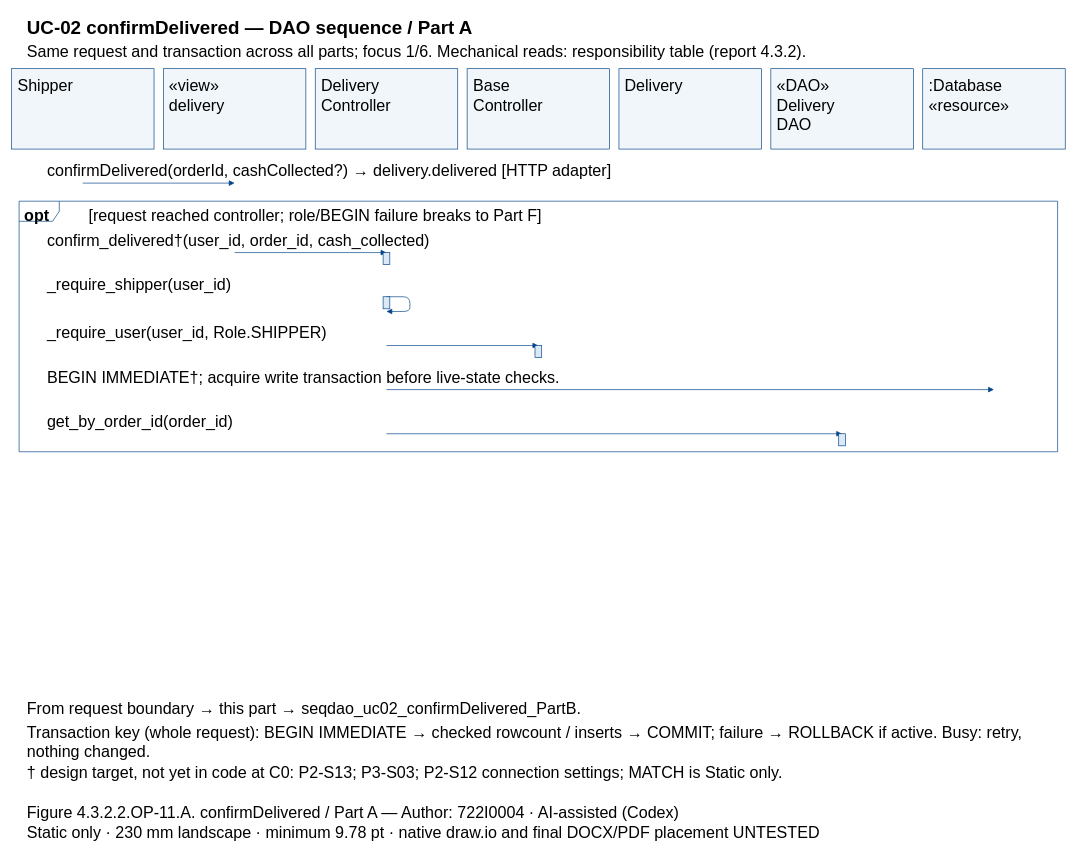
The draw.io diagram models/UC-02/seqdao_uc02_confirmDelivered_PartA.drawio in Dat071104/SaigonBite, before the edit. Source tidied: cells renumbered, new cells numbered last; positions are measured from the earlier drawing's top-left corner, leaving out a move shared by most shapes. Both pictures are drawn from the tidied source at 67%, with x=0, y=0 at pixel (11, 11).
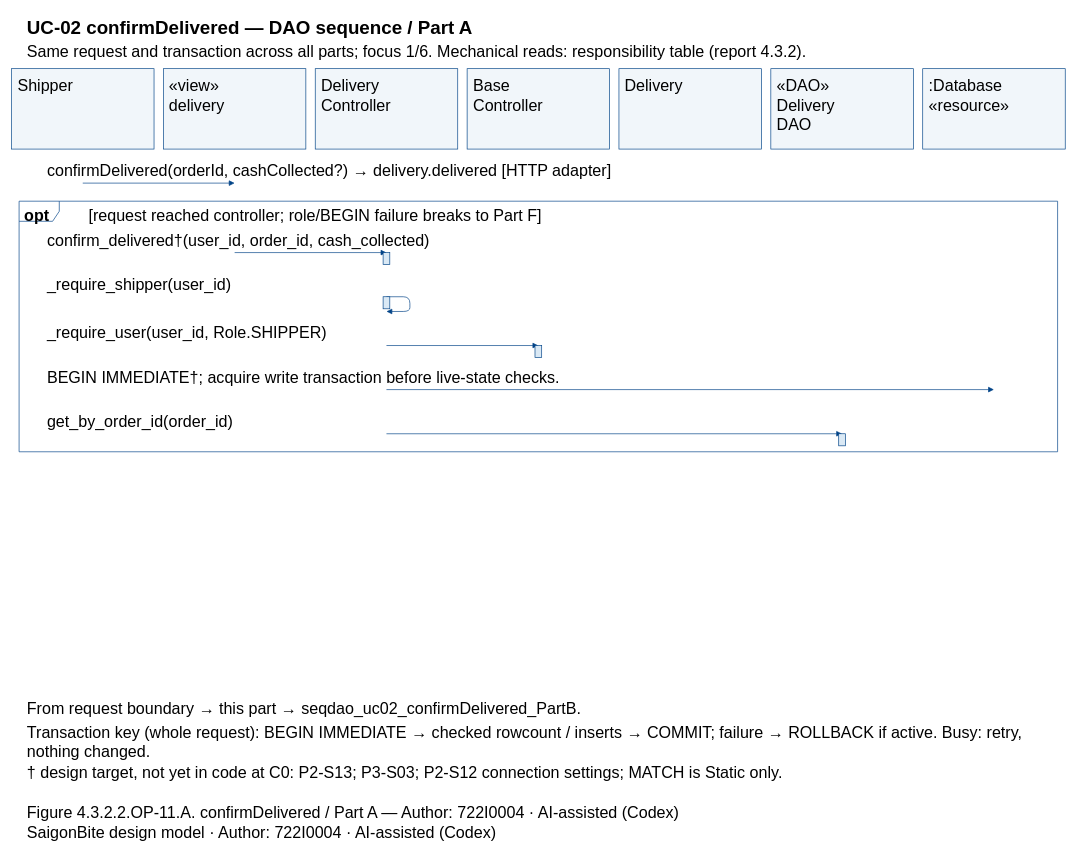
The same diagram, later.

Diff of the diagram source:
```diff
@@
-    <mxCell id="53" value="Static only · 230 mm landscape · minimum 9.78 pt · native draw.io and final DOCX/PDF placement UNTESTED" style="text;html=0;whiteSpace=wrap;align=left;verticalAlign=top;strokeColor=none;fillColor=none;fontFamily=Arial;fontSize=24;fontStyle=0;" parent="1" vertex="1">
+    <mxCell id="53" value="SaigonBite design model · Author: 722I0004 · AI-assisted (Codex)" style="text;html=0;whiteSpace=wrap;align=left;verticalAlign=top;strokeColor=none;fillColor=none;fontFamily=Arial;fontSize=24;fontStyle=0;" parent="1" vertex="1">
       <mxGeometry x="21" y="1205" width="1530" height="27.8" as="geometry" />
     </mxCell>
```
